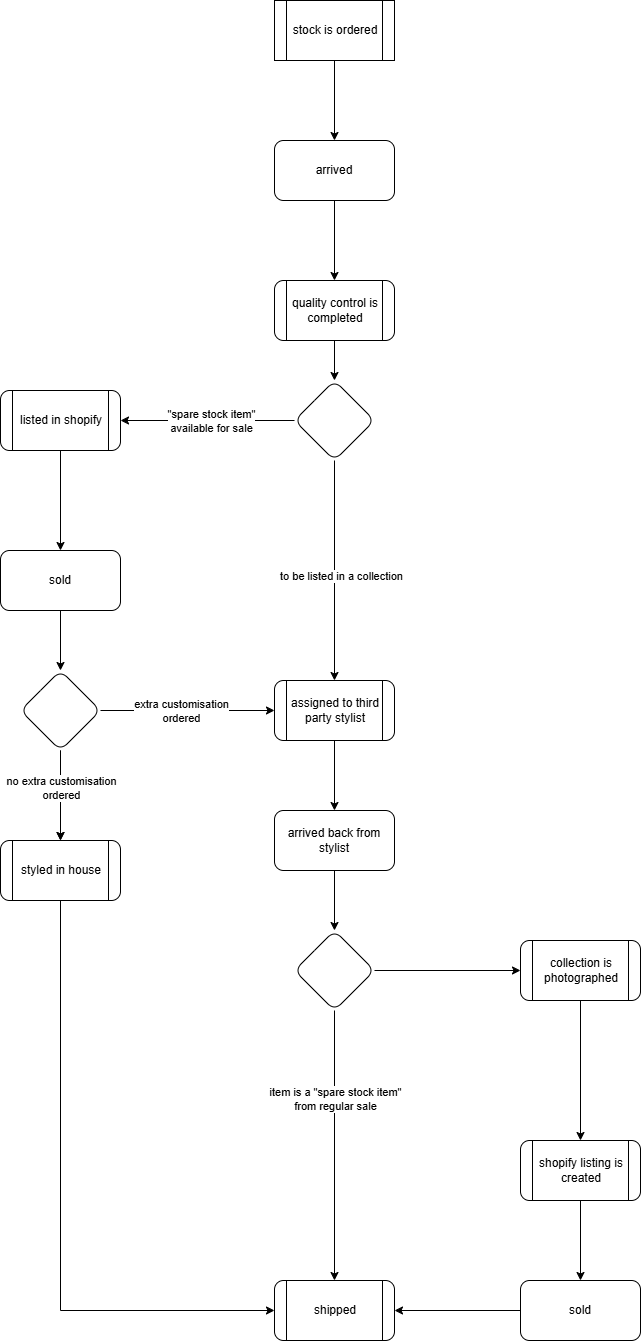
Earlier version of the draw.io export lusta-stock-lifecycle.drawio.png (glassesarms/lusta-slms). Source tidied: cells renumbered, new cells last; positions are measured from the earlier drawing's top-left corner, leaving out a move shared by most shapes. Source of this version:
```xml
<mxGraphModel>
  <root>
    <mxCell id="0" />
    <mxCell id="1" parent="0" />
    <mxCell id="2" style="edgeStyle=orthogonalEdgeStyle;rounded=0;jettySize=auto;html=1;" parent="1" edge="1" source="24" target="26">
      <mxGeometry relative="1" as="geometry" />
    </mxCell>
    <mxCell id="3" style="edgeStyle=orthogonalEdgeStyle;rounded=0;jettySize=auto;html=1;" parent="1" edge="1" source="4" target="6">
      <mxGeometry relative="1" as="geometry" />
    </mxCell>
    <mxCell id="4" value="stock is ordered" style="shape=process;whiteSpace=wrap;html=1;backgroundOutline=1;" parent="1" vertex="1">
      <mxGeometry x="274" width="120" height="60" as="geometry" />
    </mxCell>
    <mxCell id="5" style="edgeStyle=orthogonalEdgeStyle;rounded=0;jettySize=auto;html=1;" parent="1" edge="1" source="6" target="8">
      <mxGeometry relative="1" as="geometry" />
    </mxCell>
    <mxCell id="6" value="arrived" style="rounded=1;whiteSpace=wrap;html=1;" parent="1" vertex="1">
      <mxGeometry x="274" y="140" width="120" height="60" as="geometry" />
    </mxCell>
    <mxCell id="7" style="edgeStyle=orthogonalEdgeStyle;rounded=0;jettySize=auto;html=1;" parent="1" edge="1" source="8" target="13">
      <mxGeometry relative="1" as="geometry" />
    </mxCell>
    <mxCell id="8" value="quality control is completed" style="shape=process;whiteSpace=wrap;html=1;backgroundOutline=1;rounded=1;" parent="1" vertex="1">
      <mxGeometry x="274" y="280" width="120" height="60" as="geometry" />
    </mxCell>
    <mxCell id="9" style="edgeStyle=orthogonalEdgeStyle;rounded=0;jettySize=auto;html=1;" parent="1" edge="1" source="13" target="15">
      <mxGeometry relative="1" as="geometry" />
    </mxCell>
    <mxCell id="10" value="&quot;spare stock item&quot;&lt;div&gt;available for sale&lt;/div&gt;" style="edgeLabel;html=1;align=center;verticalAlign=middle;" parent="9" vertex="1">
      <mxGeometry x="-0.29" y="-3" relative="1" as="geometry">
        <mxPoint x="-21" y="3" as="offset" />
      </mxGeometry>
    </mxCell>
    <mxCell id="11" style="edgeStyle=orthogonalEdgeStyle;rounded=0;jettySize=auto;html=1;" parent="1" edge="1" source="13" target="17">
      <mxGeometry relative="1" as="geometry" />
    </mxCell>
    <mxCell id="12" value="to be listed in a collection" style="edgeLabel;html=1;align=center;verticalAlign=middle;" parent="11" vertex="1">
      <mxGeometry x="-0.04" y="3" relative="1" as="geometry">
        <mxPoint x="3" y="10" as="offset" />
      </mxGeometry>
    </mxCell>
    <mxCell id="13" style="rhombus;whiteSpace=wrap;html=1;rounded=1;" parent="1" vertex="1">
      <mxGeometry x="294" y="380" width="80" height="80" as="geometry" />
    </mxCell>
    <mxCell id="14" style="edgeStyle=orthogonalEdgeStyle;rounded=0;jettySize=auto;html=1;" parent="1" edge="1" source="15" target="19">
      <mxGeometry relative="1" as="geometry" />
    </mxCell>
    <mxCell id="15" value="listed in shopify" style="shape=process;whiteSpace=wrap;html=1;backgroundOutline=1;rounded=1;" parent="1" vertex="1">
      <mxGeometry y="390" width="120" height="60" as="geometry" />
    </mxCell>
    <mxCell id="16" style="edgeStyle=orthogonalEdgeStyle;rounded=0;jettySize=auto;html=1;" parent="1" edge="1" source="17" target="37">
      <mxGeometry relative="1" as="geometry" />
    </mxCell>
    <mxCell id="17" value="assigned to third party stylist" style="shape=process;whiteSpace=wrap;html=1;backgroundOutline=1;rounded=1;" parent="1" vertex="1">
      <mxGeometry x="274" y="680" width="120" height="60" as="geometry" />
    </mxCell>
    <mxCell id="18" style="edgeStyle=orthogonalEdgeStyle;rounded=0;jettySize=auto;html=1;" parent="1" edge="1" source="19" target="24">
      <mxGeometry relative="1" as="geometry" />
    </mxCell>
    <mxCell id="19" value="sold" style="whiteSpace=wrap;html=1;rounded=1;" parent="1" vertex="1">
      <mxGeometry y="550" width="120" height="60" as="geometry" />
    </mxCell>
    <mxCell id="20" style="edgeStyle=orthogonalEdgeStyle;rounded=0;jettySize=auto;html=1;" parent="1" edge="1" source="24" target="26">
      <mxGeometry relative="1" as="geometry" />
    </mxCell>
    <mxCell id="21" value="no extra customisation&lt;div&gt;ordered&lt;/div&gt;" style="edgeLabel;html=1;align=center;verticalAlign=middle;labelBackgroundColor=#FFFFFF;" parent="20" vertex="1">
      <mxGeometry x="-0.17" y="1" relative="1" as="geometry">
        <mxPoint x="-1" as="offset" />
      </mxGeometry>
    </mxCell>
    <mxCell id="22" style="edgeStyle=orthogonalEdgeStyle;rounded=0;jettySize=auto;html=1;entryX=0;entryY=0.5;entryDx=0;entryDy=0;" parent="1" edge="1" source="24" target="17">
      <mxGeometry relative="1" as="geometry" />
    </mxCell>
    <mxCell id="23" value="extra customisation&lt;div&gt;ordered&lt;/div&gt;" style="edgeLabel;html=1;align=center;verticalAlign=middle;" parent="22" vertex="1">
      <mxGeometry x="-0.19" y="-1" relative="1" as="geometry">
        <mxPoint x="9" y="-1" as="offset" />
      </mxGeometry>
    </mxCell>
    <mxCell id="24" style="rhombus;whiteSpace=wrap;html=1;rounded=1;" parent="1" vertex="1">
      <mxGeometry x="20" y="670" width="80" height="80" as="geometry" />
    </mxCell>
    <mxCell id="25" style="edgeStyle=orthogonalEdgeStyle;rounded=0;jettySize=auto;html=1;entryX=0;entryY=0.5;entryDx=0;entryDy=0;" parent="1" edge="1" source="26" target="27">
      <mxGeometry relative="1" as="geometry">
        <Array as="points">
          <mxPoint x="60" y="1310" />
        </Array>
      </mxGeometry>
    </mxCell>
    <mxCell id="26" value="styled in house" style="shape=process;whiteSpace=wrap;html=1;backgroundOutline=1;rounded=1;" parent="1" vertex="1">
      <mxGeometry y="840" width="120" height="60" as="geometry" />
    </mxCell>
    <mxCell id="27" value="shipped" style="shape=process;whiteSpace=wrap;html=1;backgroundOutline=1;rounded=1;" parent="1" vertex="1">
      <mxGeometry x="274" y="1280" width="120" height="60" as="geometry" />
    </mxCell>
    <mxCell id="28" style="edgeStyle=orthogonalEdgeStyle;rounded=0;jettySize=auto;html=1;entryX=0.5;entryY=0;entryDx=0;entryDy=0;" parent="1" edge="1" source="31" target="27">
      <mxGeometry relative="1" as="geometry" />
    </mxCell>
    <mxCell id="29" value="item is a &quot;spare stock item&quot;&lt;div&gt;from regular sale&lt;/div&gt;" style="edgeLabel;html=1;align=center;verticalAlign=middle;" parent="28" vertex="1">
      <mxGeometry x="-0.38" y="2" relative="1" as="geometry">
        <mxPoint x="-2" y="5" as="offset" />
      </mxGeometry>
    </mxCell>
    <mxCell id="30" style="edgeStyle=orthogonalEdgeStyle;rounded=0;jettySize=auto;html=1;" parent="1" edge="1" source="31" target="33">
      <mxGeometry relative="1" as="geometry" />
    </mxCell>
    <mxCell id="31" style="rhombus;whiteSpace=wrap;html=1;rounded=1;" parent="1" vertex="1">
      <mxGeometry x="294" y="930" width="80" height="80" as="geometry" />
    </mxCell>
    <mxCell id="32" style="edgeStyle=orthogonalEdgeStyle;rounded=0;jettySize=auto;html=1;" parent="1" edge="1" source="33" target="35">
      <mxGeometry relative="1" as="geometry" />
    </mxCell>
    <mxCell id="33" value="collection is photographed" style="shape=process;whiteSpace=wrap;html=1;backgroundOutline=1;rounded=1;" parent="1" vertex="1">
      <mxGeometry x="520" y="940" width="120" height="60" as="geometry" />
    </mxCell>
    <mxCell id="34" style="edgeStyle=orthogonalEdgeStyle;rounded=0;jettySize=auto;html=1;" parent="1" edge="1" source="35" target="39">
      <mxGeometry relative="1" as="geometry" />
    </mxCell>
    <mxCell id="35" value="shopify listing is created" style="shape=process;whiteSpace=wrap;html=1;backgroundOutline=1;rounded=1;" parent="1" vertex="1">
      <mxGeometry x="520" y="1140" width="120" height="60" as="geometry" />
    </mxCell>
    <mxCell id="36" style="edgeStyle=orthogonalEdgeStyle;rounded=0;jettySize=auto;html=1;entryX=0.5;entryY=0;entryDx=0;entryDy=0;" parent="1" edge="1" source="37" target="31">
      <mxGeometry relative="1" as="geometry" />
    </mxCell>
    <mxCell id="37" value="arrived back from stylist" style="whiteSpace=wrap;html=1;rounded=1;" parent="1" vertex="1">
      <mxGeometry x="274" y="810" width="120" height="60" as="geometry" />
    </mxCell>
    <mxCell id="38" style="edgeStyle=orthogonalEdgeStyle;rounded=0;jettySize=auto;html=1;entryX=1;entryY=0.5;entryDx=0;entryDy=0;" parent="1" edge="1" source="39" target="27">
      <mxGeometry relative="1" as="geometry" />
    </mxCell>
    <mxCell id="39" value="sold" style="whiteSpace=wrap;html=1;rounded=1;" parent="1" vertex="1">
      <mxGeometry x="520" y="1280" width="120" height="60" as="geometry" />
    </mxCell>
  </root>
</mxGraphModel>
```
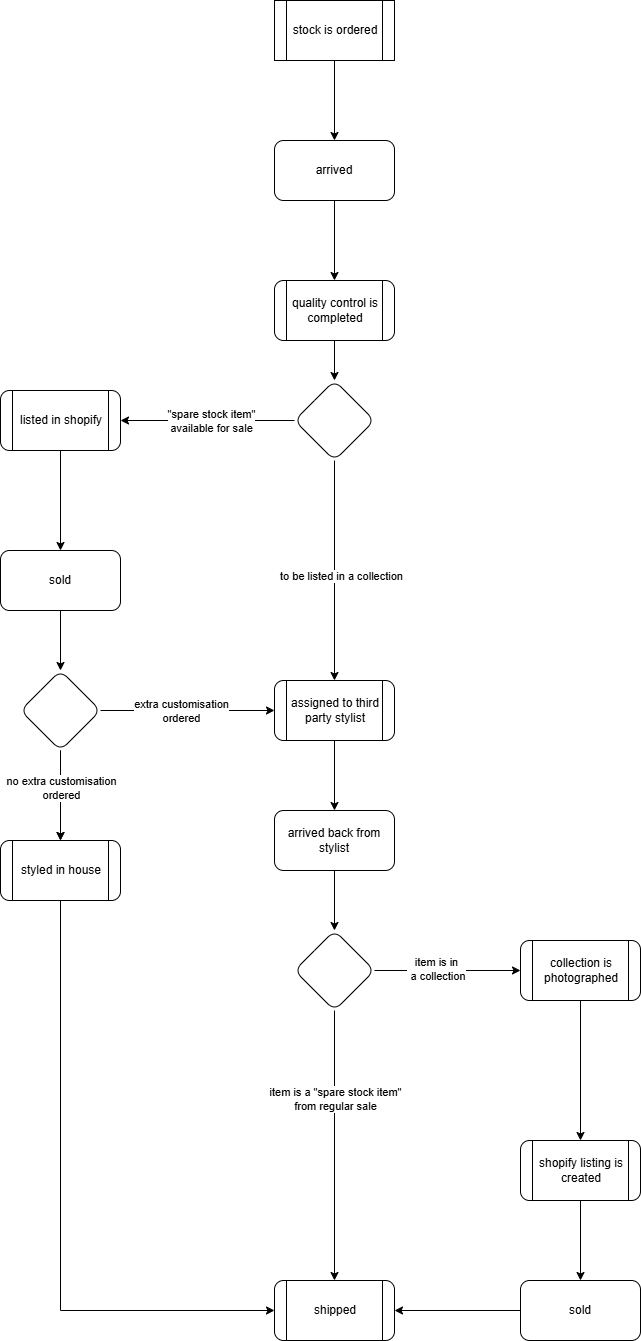
Later version of the same file.

Change to the diagram source:
```diff
@@ -103,6 +103,11 @@
     <mxCell id="30" style="edgeStyle=orthogonalEdgeStyle;rounded=0;jettySize=auto;html=1;" parent="1" edge="1" source="31" target="33">
       <mxGeometry relative="1" as="geometry" />
     </mxCell>
+    <mxCell id="40" value="item is in&lt;div&gt;&amp;nbsp;a collection&lt;/div&gt;" style="edgeLabel;html=1;align=center;verticalAlign=middle;" parent="30" vertex="1">
+      <mxGeometry x="-0.15" y="1" relative="1" as="geometry">
+        <mxPoint y="-1" as="offset" />
+      </mxGeometry>
+    </mxCell>
     <mxCell id="31" style="rhombus;whiteSpace=wrap;html=1;rounded=1;" parent="1" vertex="1">
       <mxGeometry x="294" y="930" width="80" height="80" as="geometry" />
     </mxCell>
```
